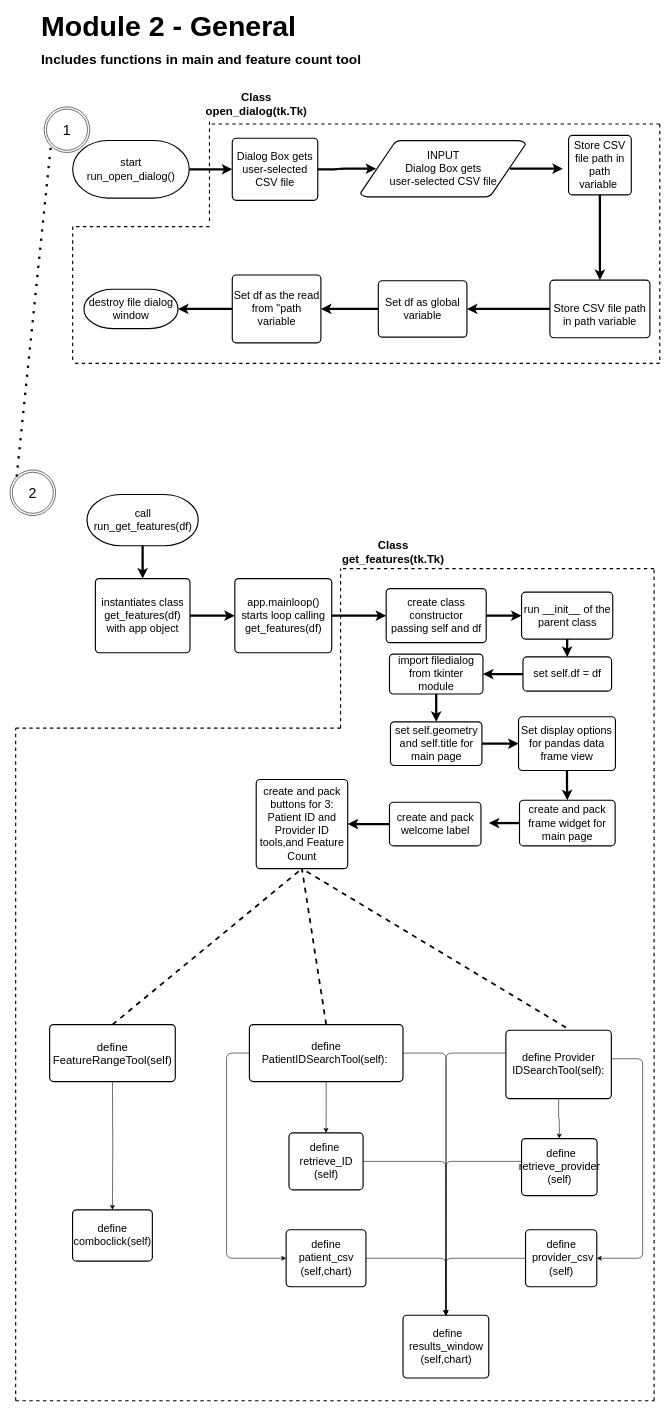
This is Untitled Diagram.drawio from ladri8/COVID19_AHA, a draw.io file, before an edit. Source tidied: cells renumbered, new cells numbered last; positions are measured from the earlier drawing's top-left corner, leaving out a move shared by most shapes. Both pictures are drawn from the tidied source at 57%, with x=0, y=0 at pixel (10, 15).
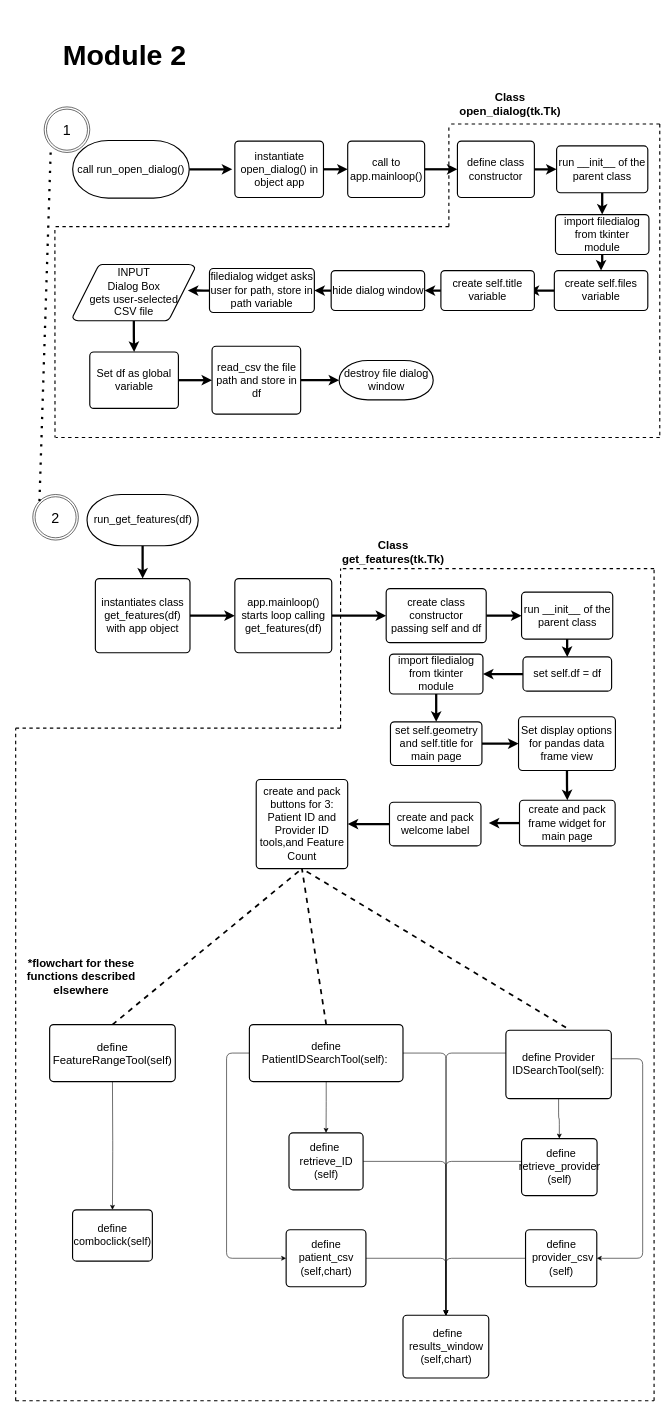
The same diagram, later.

The edit, as a diff of the source:
```diff
@@
-    <mxCell id="2" style="edgeStyle=orthogonalEdgeStyle;jettySize=auto;html=1;entryX=0;entryY=0.5;entryDx=0;entryDy=0;strokeWidth=4;" parent="1" edge="1" source="3" target="38">
-      <mxGeometry relative="1" as="geometry" />
+    <mxCell id="2" style="edgeStyle=orthogonalEdgeStyle;jettySize=auto;html=1;entryX=0;entryY=0.5;entryDx=0;entryDy=0;strokeWidth=4;" parent="1" edge="1" source="3">
+      <mxGeometry relative="1" as="geometry">
+        <mxPoint x="390" y="269.5" as="targetPoint" />
+      </mxGeometry>
     </mxCell>
-    <mxCell id="3" value="&lt;div style=&quot;font-size: 19px&quot;&gt;start&lt;/div&gt;run_open_dialog()" style="shape=mxgraph.flowchart.terminator;strokeWidth=2;gradientDirection=north;fontStyle=0;html=1;fontSize=19;rounded=1;" parent="1" vertex="1">
+    <mxCell id="3" value="call run_open_dialog()" style="shape=mxgraph.flowchart.terminator;strokeWidth=2;gradientDirection=north;fontStyle=0;html=1;fontSize=19;rounded=1;" parent="1" vertex="1">
       <mxGeometry x="110" y="219" width="204.5" height="101" as="geometry" />
     </mxCell>
-    <mxCell id="4" style="edgeStyle=orthogonalEdgeStyle;jettySize=auto;html=1;fontFamily=Helvetica;fontSize=19;exitX=0.905;exitY=0.5;exitDx=0;exitDy=0;exitPerimeter=0;strokeWidth=4;" parent="1" edge="1" source="5">
-      <mxGeometry relative="1" as="geometry">
-        <mxPoint x="970" y="268.5" as="targetPoint" />
-      </mxGeometry>
-    </mxCell>
+    <mxCell id="81" style="edgeStyle=orthogonalEdgeStyle;curved=0;rounded=1;sketch=0;jettySize=auto;html=1;strokeWidth=4;fontSize=20;" parent="1" edge="1" source="5" target="42">
+      <mxGeometry relative="1" as="geometry" />
+    </mxCell>
-    <mxCell id="5" value="&lt;div style=&quot;font-size: 19px;&quot;&gt;INPUT&lt;br style=&quot;font-size: 19px;&quot;&gt;&lt;/div&gt;&lt;div style=&quot;font-size: 19px;&quot;&gt;Dialog Box gets &lt;br style=&quot;font-size: 19px;&quot;&gt;&lt;/div&gt;&lt;div style=&quot;font-size: 19px;&quot;&gt;user-selected CSV file &lt;/div&gt;" style="shape=mxgraph.flowchart.data;strokeWidth=2;gradientDirection=north;fontStyle=0;html=1;fontSize=19;rounded=1;" parent="1" vertex="1">
-      <mxGeometry x="615" y="219" width="289.5" height="99" as="geometry" />
+    <mxCell id="5" value="&lt;div style=&quot;font-size: 19px&quot;&gt;INPUT&lt;br style=&quot;font-size: 19px&quot;&gt;&lt;/div&gt;&lt;div style=&quot;font-size: 19px&quot;&gt;Dialog Box &lt;br&gt;&lt;/div&gt;&lt;div style=&quot;font-size: 19px&quot;&gt;gets user-selected &lt;br&gt;&lt;/div&gt;&lt;div style=&quot;font-size: 19px&quot;&gt;CSV file &lt;/div&gt;" style="shape=mxgraph.flowchart.data;strokeWidth=2;gradientDirection=north;fontStyle=0;html=1;fontSize=19;rounded=1;" parent="1" vertex="1">
+      <mxGeometry x="110" y="436.4" width="214.5" height="99" as="geometry" />
     </mxCell>
     <mxCell id="6" value="destroy file dialog window" style="strokeWidth=2;html=1;shape=mxgraph.flowchart.terminator;whiteSpace=wrap;fontSize=19;rounded=1;" parent="1" vertex="1">
-      <mxGeometry x="129.8" y="480" width="165" height="69" as="geometry" />
+      <mxGeometry x="577.5" y="605" width="165" height="69" as="geometry" />
     </mxCell>
@@
-    <mxCell id="8" value="&lt;div style=&quot;font-size: 19px;&quot;&gt;call &lt;br style=&quot;font-size: 19px;&quot;&gt;&lt;/div&gt;run_get_features(df) " style="shape=mxgraph.flowchart.terminator;strokeWidth=2;gradientDirection=north;fontStyle=0;html=1;fontSize=19;rounded=1;" parent="1" vertex="1">
+    <mxCell id="8" value="run_get_features(df) " style="shape=mxgraph.flowchart.terminator;strokeWidth=2;gradientDirection=north;fontStyle=0;html=1;fontSize=19;rounded=1;" parent="1" vertex="1">
       <mxGeometry x="135.2" y="840" width="195" height="90" as="geometry" />
     </mxCell>
@@
     <mxCell id="12" value="2" style="ellipse;shape=doubleEllipse;whiteSpace=wrap;html=1;fontSize=25;rounded=1;" parent="1" vertex="1">
-      <mxGeometry y="797" width="80" height="80" as="geometry" />
+      <mxGeometry x="40" y="840" width="80" height="80" as="geometry" />
     </mxCell>
@@
-    <mxCell id="33" style="edgeStyle=orthogonalEdgeStyle;jettySize=auto;html=1;entryX=1;entryY=0.5;entryDx=0;entryDy=0;entryPerimeter=0;strokeWidth=4;" parent="1" edge="1" source="34" target="6">
+    <mxCell id="33" style="edgeStyle=orthogonalEdgeStyle;curved=0;rounded=1;sketch=0;jettySize=auto;html=1;entryX=0;entryY=0.5;entryDx=0;entryDy=0;entryPerimeter=0;strokeWidth=4;fontSize=20;" parent="1" edge="1" source="34" target="6">
       <mxGeometry relative="1" as="geometry" />
     </mxCell>
-    <mxCell id="34" value="Set df as the read from &quot;path variable " style="whiteSpace=wrap;html=1;absoluteArcSize=1;arcSize=14;strokeWidth=2;fontSize=19;rounded=1;" parent="1" vertex="1">
-      <mxGeometry x="390" y="455" width="155.5" height="119" as="geometry" />
+    <mxCell id="34" value="read_csv the file path and store in df" style="whiteSpace=wrap;html=1;absoluteArcSize=1;arcSize=14;strokeWidth=2;fontSize=19;rounded=1;" parent="1" vertex="1">
+      <mxGeometry x="354.5" y="580" width="155.5" height="119" as="geometry" />
     </mxCell>
-    <mxCell id="35" style="edgeStyle=orthogonalEdgeStyle;jettySize=auto;html=1;entryX=0.5;entryY=0;entryDx=0;entryDy=0;strokeWidth=4;" parent="1" edge="1" source="36" target="40">
-      <mxGeometry relative="1" as="geometry" />
-    </mxCell>
-    <mxCell id="36" value="Store CSV file path in path variable&amp;nbsp; " style="whiteSpace=wrap;html=1;absoluteArcSize=1;arcSize=14;strokeWidth=2;fontSize=19;rounded=1;" parent="1" vertex="1">
-      <mxGeometry x="980" y="210" width="110" height="104.5" as="geometry" />
-    </mxCell>
-    <mxCell id="37" style="edgeStyle=orthogonalEdgeStyle;jettySize=auto;html=1;entryX=0.095;entryY=0.5;entryDx=0;entryDy=0;entryPerimeter=0;fontFamily=Helvetica;fontSize=19;strokeWidth=4;" parent="1" edge="1" source="38" target="5">
-      <mxGeometry relative="1" as="geometry" />
-    </mxCell>
-    <mxCell id="38" value="&lt;br style=&quot;font-size: 19px;&quot;&gt;Dialog Box gets user-selected CSV file &lt;br style=&quot;font-size: 19px;&quot;&gt;&lt;br style=&quot;font-size: 19px;&quot;&gt;" style="whiteSpace=wrap;html=1;absoluteArcSize=1;arcSize=14;strokeWidth=2;fontSize=19;rounded=1;" parent="1" vertex="1">
-      <mxGeometry x="390" y="215" width="150" height="109" as="geometry" />
-    </mxCell>
-    <mxCell id="39" style="edgeStyle=orthogonalEdgeStyle;jettySize=auto;html=1;entryX=1;entryY=0.5;entryDx=0;entryDy=0;strokeWidth=4;" parent="1" edge="1" source="40" target="42">
-      <mxGeometry relative="1" as="geometry" />
-    </mxCell>
-    <mxCell id="40" value="&lt;br&gt;&lt;div style=&quot;font-size: 19px&quot;&gt;Store CSV file path in path variable&lt;/div&gt;&lt;div style=&quot;font-size: 19px&quot;&gt; &lt;/div&gt;" style="whiteSpace=wrap;html=1;absoluteArcSize=1;arcSize=14;strokeWidth=2;fontSize=19;rounded=1;" parent="1" vertex="1">
-      <mxGeometry x="947.2" y="464" width="175.5" height="101" as="geometry" />
-    </mxCell>
-    <mxCell id="41" style="edgeStyle=orthogonalEdgeStyle;jettySize=auto;html=1;strokeWidth=4;" parent="1" edge="1" source="42" target="34">
-      <mxGeometry relative="1" as="geometry" />
-    </mxCell>
-    <mxCell id="42" value="Set df as global variable " style="whiteSpace=wrap;html=1;absoluteArcSize=1;arcSize=14;strokeWidth=2;fontSize=19;rounded=1;" parent="1" vertex="1">
-      <mxGeometry x="646.2" y="465" width="155.5" height="99" as="geometry" />
-    </mxCell>
@@
-    <mxCell id="53" value="&lt;font style=&quot;font-size: 50px&quot;&gt;&lt;b&gt;&lt;font style=&quot;font-size: 50px&quot;&gt;Module 2&lt;/font&gt; - General &lt;br&gt;&lt;/b&gt;&lt;/font&gt;&lt;div style=&quot;font-size: 39px&quot;&gt;&lt;font style=&quot;font-size: 24px&quot;&gt;&lt;b&gt;Includes functions in main and feature count tool&lt;br&gt;&lt;/b&gt;&lt;/font&gt;&lt;/div&gt;" style="text;html=1;strokeColor=none;fillColor=none;spacing=5;spacingTop=-20;whiteSpace=wrap;overflow=hidden;fontFamily=Helvetica;fontSize=25;rounded=1;arcSize=50;" parent="1" vertex="1">
-      <mxGeometry x="50" width="580" height="140" as="geometry" />
+    <mxCell id="53" value="&lt;font style=&quot;font-size: 50px&quot;&gt;&lt;b&gt;&lt;font style=&quot;font-size: 50px&quot;&gt;Module 2&lt;/font&gt;&lt;br&gt;&lt;/b&gt;&lt;/font&gt;" style="text;html=1;strokeColor=none;fillColor=none;spacing=5;spacingTop=-20;whiteSpace=wrap;overflow=hidden;fontFamily=Helvetica;fontSize=25;rounded=1;arcSize=50;" parent="1" vertex="1">
+      <mxGeometry x="87.5" y="50" width="580" height="80" as="geometry" />
     </mxCell>
@@
     <mxCell id="62" style="endArrow=none;html=1;strokeWidth=2;fontSize=17;dashed=1;" parent="1" edge="1">
       <mxGeometry relative="1" as="geometry">
-        <mxPoint x="350" y="360" as="sourcePoint" />
-        <mxPoint x="350" y="180" as="targetPoint" />
+        <mxPoint x="770" y="370" as="sourcePoint" />
+        <mxPoint x="770" y="190" as="targetPoint" />
       </mxGeometry>
     </mxCell>
     <mxCell id="63" style="endArrow=none;html=1;dashed=1;strokeWidth=2;fontSize=17;" parent="1" edge="1">
       <mxGeometry relative="1" as="geometry">
         <mxPoint x="1140" y="190" as="sourcePoint" />
-        <mxPoint x="350" y="190" as="targetPoint" />
+        <mxPoint x="770" y="190" as="targetPoint" />
       </mxGeometry>
     </mxCell>
     <mxCell id="64" style="endArrow=none;html=1;dashed=1;strokeWidth=2;fontSize=17;" parent="1" edge="1">
       <mxGeometry relative="1" as="geometry">
-        <mxPoint x="1140" y="610" as="sourcePoint" />
-        <mxPoint x="110" y="610" as="targetPoint" />
+        <mxPoint x="1140" y="740" as="sourcePoint" />
+        <mxPoint x="80" y="740" as="targetPoint" />
       </mxGeometry>
     </mxCell>
     <mxCell id="65" style="endArrow=none;html=1;dashed=1;strokeWidth=2;fontSize=17;" parent="1" edge="1">
       <mxGeometry relative="1" as="geometry">
-        <mxPoint x="110" y="370" as="sourcePoint" />
-        <mxPoint x="110" y="610" as="targetPoint" />
+        <mxPoint x="78.8" y="376" as="sourcePoint" />
+        <mxPoint x="79" y="740" as="targetPoint" />
       </mxGeometry>
     </mxCell>
     <mxCell id="66" style="endArrow=none;html=1;dashed=1;strokeWidth=2;fontSize=17;" parent="1" edge="1">
       <mxGeometry relative="1" as="geometry">
-        <mxPoint x="350" y="370" as="sourcePoint" />
-        <mxPoint x="110" y="370" as="targetPoint" />
+        <mxPoint x="770" y="370" as="sourcePoint" />
+        <mxPoint x="74.5" y="370" as="targetPoint" />
       </mxGeometry>
     </mxCell>
     <mxCell id="67" style="endArrow=none;html=1;dashed=1;strokeWidth=2;fontSize=17;" parent="1" edge="1">
       <mxGeometry relative="1" as="geometry">
         <mxPoint x="1140" y="190" as="sourcePoint" />
-        <mxPoint x="1140" y="610" as="targetPoint" />
+        <mxPoint x="1140" y="740" as="targetPoint" />
       </mxGeometry>
     </mxCell>
     <mxCell id="68" value="Class open_dialog(tk.Tk)" style="text;html=1;strokeColor=none;fillColor=none;align=center;verticalAlign=middle;whiteSpace=wrap;rounded=0;sketch=0;fontSize=20;fontStyle=1;strokeWidth=7;" parent="1" vertex="1">
-      <mxGeometry x="374.5" y="140" width="115" height="30" as="geometry" />
+      <mxGeometry x="820" y="140" width="115" height="30" as="geometry" />
     </mxCell>
@@
+    <mxCell id="82" style="edgeStyle=orthogonalEdgeStyle;curved=0;rounded=1;sketch=0;jettySize=auto;html=1;strokeWidth=4;fontSize=20;" parent="1" edge="1" source="83" target="85">
+      <mxGeometry relative="1" as="geometry" />
+    </mxCell>
+    <mxCell id="83" value="instantiate open_dialog() in object app" style="whiteSpace=wrap;html=1;absoluteArcSize=1;arcSize=14;strokeWidth=2;fontSize=19;rounded=1;" parent="1" vertex="1">
+      <mxGeometry x="394.5" y="220" width="155.5" height="99" as="geometry" />
+    </mxCell>
+    <mxCell id="84" style="edgeStyle=orthogonalEdgeStyle;curved=0;rounded=1;sketch=0;jettySize=auto;html=1;entryX=0;entryY=0.5;entryDx=0;entryDy=0;strokeWidth=4;fontSize=20;" parent="1" edge="1" source="85" target="87">
+      <mxGeometry relative="1" as="geometry" />
+    </mxCell>
+    <mxCell id="85" value="call to app.mainloop()" style="whiteSpace=wrap;html=1;absoluteArcSize=1;arcSize=14;strokeWidth=2;fontSize=19;rounded=1;" parent="1" vertex="1">
+      <mxGeometry x="592.5" y="220" width="135" height="99" as="geometry" />
+    </mxCell>
+    <mxCell id="86" style="edgeStyle=orthogonalEdgeStyle;curved=0;rounded=1;sketch=0;jettySize=auto;html=1;entryX=0;entryY=0.5;entryDx=0;entryDy=0;strokeWidth=4;fontSize=20;" parent="1" edge="1" source="87" target="89">
+      <mxGeometry relative="1" as="geometry" />
+    </mxCell>
+    <mxCell id="87" value="define class constructor " style="whiteSpace=wrap;html=1;absoluteArcSize=1;arcSize=14;strokeWidth=2;fontSize=19;rounded=1;" parent="1" vertex="1">
+      <mxGeometry x="785" y="220" width="135" height="99" as="geometry" />
+    </mxCell>
+    <mxCell id="88" style="edgeStyle=orthogonalEdgeStyle;curved=0;rounded=1;sketch=0;jettySize=auto;html=1;entryX=0.5;entryY=0;entryDx=0;entryDy=0;strokeWidth=4;fontSize=20;" parent="1" edge="1" source="89" target="91">
+      <mxGeometry relative="1" as="geometry" />
+    </mxCell>
+    <mxCell id="89" value="run __init__ of the parent class " style="whiteSpace=wrap;html=1;absoluteArcSize=1;arcSize=14;strokeWidth=2;fontSize=19;rounded=1;" parent="1" vertex="1">
+      <mxGeometry x="959" y="228.4" width="160" height="82.3" as="geometry" />
+    </mxCell>
+    <mxCell id="90" style="edgeStyle=orthogonalEdgeStyle;curved=0;rounded=1;sketch=0;jettySize=auto;html=1;strokeWidth=4;fontSize=20;" parent="1" edge="1" source="91" target="93">
+      <mxGeometry relative="1" as="geometry" />
+    </mxCell>
+    <mxCell id="91" value="import filedialog from tkinter module" style="whiteSpace=wrap;html=1;absoluteArcSize=1;arcSize=14;strokeWidth=2;fontSize=19;rounded=1;" parent="1" vertex="1">
+      <mxGeometry x="957" y="349" width="164" height="70" as="geometry" />
+    </mxCell>
+    <mxCell id="92" style="edgeStyle=orthogonalEdgeStyle;curved=0;rounded=1;sketch=0;jettySize=auto;html=1;entryX=0.939;entryY=0.5;entryDx=0;entryDy=0;entryPerimeter=0;strokeWidth=4;fontSize=20;" parent="1" edge="1" source="93" target="95">
+      <mxGeometry relative="1" as="geometry" />
+    </mxCell>
+    <mxCell id="93" value="create self.files variable " style="whiteSpace=wrap;html=1;absoluteArcSize=1;arcSize=14;strokeWidth=2;fontSize=19;rounded=1;" parent="1" vertex="1">
+      <mxGeometry x="955" y="447.2" width="164" height="70" as="geometry" />
+    </mxCell>
+    <mxCell id="94" style="edgeStyle=orthogonalEdgeStyle;curved=0;rounded=1;sketch=0;jettySize=auto;html=1;entryX=1;entryY=0.5;entryDx=0;entryDy=0;strokeWidth=4;fontSize=20;" parent="1" edge="1" source="95" target="97">
+      <mxGeometry relative="1" as="geometry" />
+    </mxCell>
+    <mxCell id="95" value="create self.title variable " style="whiteSpace=wrap;html=1;absoluteArcSize=1;arcSize=14;strokeWidth=2;fontSize=19;rounded=1;" parent="1" vertex="1">
+      <mxGeometry x="756" y="447.2" width="164" height="70" as="geometry" />
+    </mxCell>
+    <mxCell id="96" style="edgeStyle=orthogonalEdgeStyle;curved=0;rounded=1;sketch=0;jettySize=auto;html=1;entryX=1;entryY=0.5;entryDx=0;entryDy=0;strokeWidth=4;fontSize=20;" parent="1" edge="1" source="97" target="99">
+      <mxGeometry relative="1" as="geometry" />
+    </mxCell>
+    <mxCell id="97" value="hide dialog window " style="whiteSpace=wrap;html=1;absoluteArcSize=1;arcSize=14;strokeWidth=2;fontSize=19;rounded=1;" parent="1" vertex="1">
+      <mxGeometry x="563.5" y="447.2" width="164" height="70" as="geometry" />
+    </mxCell>
+    <mxCell id="98" style="edgeStyle=orthogonalEdgeStyle;curved=0;rounded=1;sketch=0;jettySize=auto;html=1;entryX=0.942;entryY=0.46;entryDx=0;entryDy=0;entryPerimeter=0;strokeWidth=4;fontSize=20;" parent="1" edge="1" source="99" target="5">
+      <mxGeometry relative="1" as="geometry" />
+    </mxCell>
+    <mxCell id="99" value="filedialog widget asks user for path, store in path variable" style="whiteSpace=wrap;html=1;absoluteArcSize=1;arcSize=14;strokeWidth=2;fontSize=19;rounded=1;" parent="1" vertex="1">
+      <mxGeometry x="350" y="443.6" width="184" height="77.2" as="geometry" />
+    </mxCell>
+    <mxCell id="41" style="edgeStyle=orthogonalEdgeStyle;curved=0;rounded=1;sketch=0;jettySize=auto;html=1;entryX=0;entryY=0.5;entryDx=0;entryDy=0;strokeWidth=4;fontSize=20;" parent="1" edge="1" source="42" target="34">
+      <mxGeometry relative="1" as="geometry" />
+    </mxCell>
+    <mxCell id="42" value="Set df as global variable " style="whiteSpace=wrap;html=1;absoluteArcSize=1;arcSize=14;strokeWidth=2;fontSize=19;rounded=1;" parent="1" vertex="1">
+      <mxGeometry x="140" y="590" width="155.5" height="99" as="geometry" />
+    </mxCell>
+    <mxCell id="100" value="*flowchart for these functions described elsewhere" style="text;html=1;strokeColor=none;fillColor=none;align=center;verticalAlign=middle;whiteSpace=wrap;rounded=0;sketch=0;fontSize=20;fontStyle=1;" parent="1" vertex="1">
+      <mxGeometry x="10" y="1610" width="230" height="150" as="geometry" />
+    </mxCell>
```
